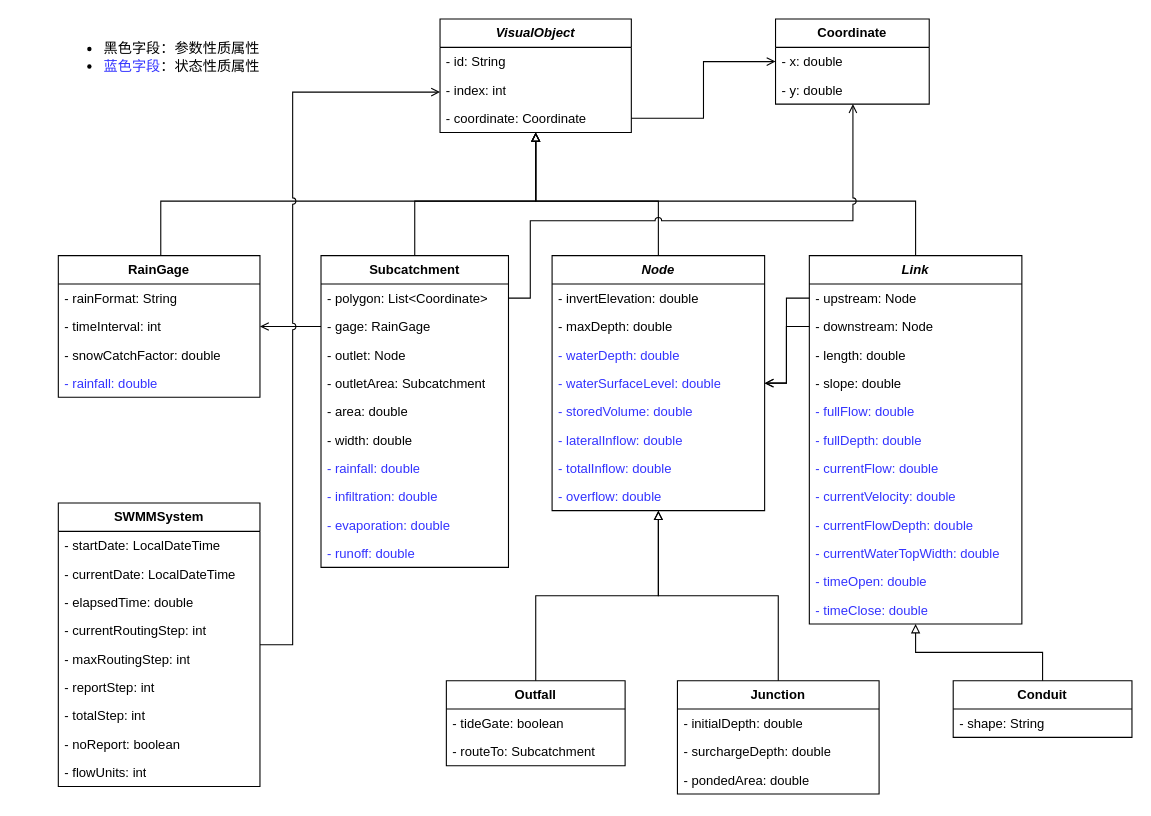
The draw.io diagram page "SWMM模型" (2 of 6) of docs/diagram/模型图.dio in hubu-mdzhang/swmm-sensorthings, before the edit. Source tidied: cells renumbered, new cells numbered last; positions are measured from the earlier drawing's top-left corner, leaving out a move shared by most shapes. Both pictures are drawn from the tidied source at 109%, with x=0, y=0 at pixel (58, 19).
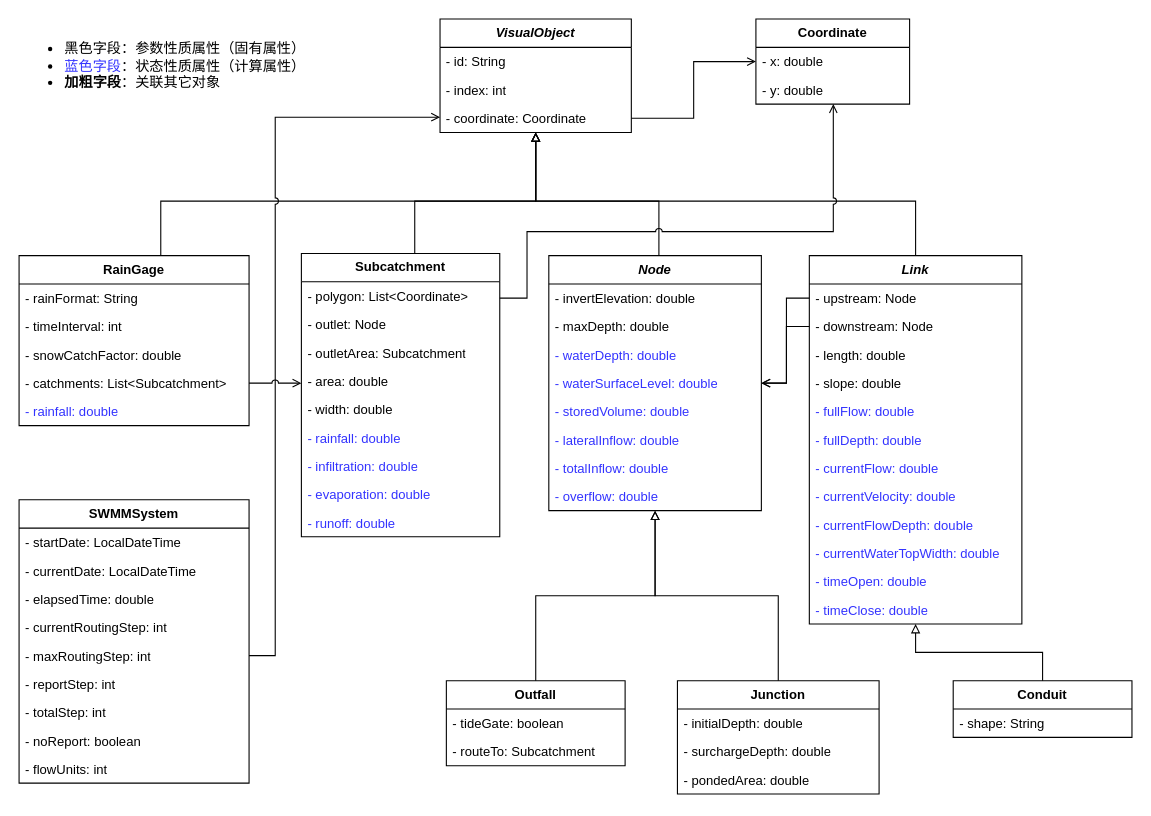
The same diagram, later.

Unchanged cells that the change refers to:
```xml
<mxCell id="8" value="&lt;i&gt;VisualObject&lt;/i&gt;" style="swimlane;fontStyle=1;horizontal=1;startSize=26;fillColor=none;whiteSpace=wrap;html=1;" parent="1" vertex="1">
  <mxGeometry x="350.2" width="175.5" height="104" as="geometry" />
</mxCell>
```

The edit, as a diff of the source:
```diff
@@
     <mxCell id="3" value="RainGage" style="swimlane;fontStyle=1;horizontal=1;startSize=26;fillColor=none;whiteSpace=wrap;html=1;" parent="1" vertex="1">
-      <mxGeometry y="217" width="185" height="130" as="geometry" />
+      <mxGeometry x="-36" y="217" width="211" height="156" as="geometry" />
     </mxCell>
     <mxCell id="4" value="- rainFormat: String" style="text;align=left;verticalAlign=top;spacingLeft=4;spacingRight=4;overflow=hidden;whiteSpace=wrap;html=1;strokeColor=none;" parent="3" vertex="1">
-      <mxGeometry y="26" width="185" height="26" as="geometry" />
+      <mxGeometry y="26" width="211" height="26" as="geometry" />
     </mxCell>
     <mxCell id="5" value="- timeInterval: int" style="text;align=left;verticalAlign=top;spacingLeft=4;spacingRight=4;overflow=hidden;whiteSpace=wrap;html=1;strokeColor=none;" parent="3" vertex="1">
-      <mxGeometry y="52" width="185" height="26" as="geometry" />
+      <mxGeometry y="52" width="211" height="26" as="geometry" />
     </mxCell>
     <mxCell id="6" value="- snowCatchFactor: double" style="text;align=left;verticalAlign=top;spacingLeft=4;spacingRight=4;overflow=hidden;whiteSpace=wrap;html=1;strokeColor=none;" parent="3" vertex="1">
-      <mxGeometry y="78" width="185" height="26" as="geometry" />
+      <mxGeometry y="78" width="211" height="26" as="geometry" />
     </mxCell>
+    <mxCell id="80" value="- catchments: List&amp;lt;Subcatchment&amp;gt;" style="text;align=left;verticalAlign=top;spacingLeft=4;spacingRight=4;overflow=hidden;points=[[0,0.5],[1,0.5]];portConstraint=eastwest;whiteSpace=wrap;html=1;strokeColor=none;" parent="3" vertex="1">
+      <mxGeometry y="104" width="211" height="26" as="geometry" />
+    </mxCell>
     <mxCell id="7" value="&lt;font&gt;- rainfall:&amp;nbsp;&lt;/font&gt;double" style="text;align=left;verticalAlign=top;spacingLeft=4;spacingRight=4;overflow=hidden;whiteSpace=wrap;html=1;strokeColor=none;fontColor=#3333FF;" parent="3" vertex="1">
-      <mxGeometry y="104" width="185" height="26" as="geometry" />
+      <mxGeometry y="130" width="211" height="26" as="geometry" />
     </mxCell>
@@
     <mxCell id="13" value="Subcatchment" style="swimlane;fontStyle=1;horizontal=1;startSize=26;fillColor=none;whiteSpace=wrap;html=1;" parent="1" vertex="1">
-      <mxGeometry x="241" y="217" width="172" height="286" as="geometry" />
+      <mxGeometry x="223" y="215" width="182" height="260" as="geometry" />
     </mxCell>
     <mxCell id="14" value="- polygon: List&amp;lt;Coordinate&amp;gt;" style="text;align=left;verticalAlign=top;spacingLeft=4;spacingRight=4;overflow=hidden;points=[[0,0.5],[1,0.5]];portConstraint=eastwest;whiteSpace=wrap;html=1;strokeColor=none;" parent="13" vertex="1">
-      <mxGeometry y="26" width="172" height="26" as="geometry" />
+      <mxGeometry y="26" width="182" height="26" as="geometry" />
     </mxCell>
-    <mxCell id="15" value="- gage: RainGage" style="text;align=left;verticalAlign=top;spacingLeft=4;spacingRight=4;overflow=hidden;points=[[0,0.5],[1,0.5]];portConstraint=eastwest;whiteSpace=wrap;html=1;strokeColor=none;" parent="13" vertex="1">
-      <mxGeometry y="52" width="172" height="26" as="geometry" />
-    </mxCell>
     <mxCell id="16" value="&lt;font&gt;- outlet: Node&lt;/font&gt;" style="text;align=left;verticalAlign=top;spacingLeft=4;spacingRight=4;overflow=hidden;whiteSpace=wrap;html=1;strokeColor=none;fontColor=#000000;" parent="13" vertex="1">
-      <mxGeometry y="78" width="172" height="26" as="geometry" />
+      <mxGeometry y="52" width="182" height="26" as="geometry" />
     </mxCell>
     <mxCell id="17" value="&lt;font&gt;- outletArea: Subcatchment&lt;/font&gt;" style="text;align=left;verticalAlign=top;spacingLeft=4;spacingRight=4;overflow=hidden;whiteSpace=wrap;html=1;strokeColor=none;fontColor=#000000;" parent="13" vertex="1">
-      <mxGeometry y="104" width="172" height="26" as="geometry" />
+      <mxGeometry y="78" width="182" height="26" as="geometry" />
     </mxCell>
     <mxCell id="18" value="- area: double" style="text;align=left;verticalAlign=top;spacingLeft=4;spacingRight=4;overflow=hidden;whiteSpace=wrap;html=1;strokeColor=none;" parent="13" vertex="1">
-      <mxGeometry y="130" width="172" height="26" as="geometry" />
+      <mxGeometry y="104" width="182" height="26" as="geometry" />
     </mxCell>
     <mxCell id="19" value="- width: double" style="text;align=left;verticalAlign=top;spacingLeft=4;spacingRight=4;overflow=hidden;whiteSpace=wrap;html=1;strokeColor=none;" parent="13" vertex="1">
-      <mxGeometry y="156" width="172" height="26" as="geometry" />
+      <mxGeometry y="130" width="182" height="26" as="geometry" />
     </mxCell>
     <mxCell id="20" value="&lt;font&gt;- rainfall:&amp;nbsp;&lt;/font&gt;double" style="text;align=left;verticalAlign=top;spacingLeft=4;spacingRight=4;overflow=hidden;whiteSpace=wrap;html=1;strokeColor=none;fontColor=#3333FF;" parent="13" vertex="1">
-      <mxGeometry y="182" width="172" height="26" as="geometry" />
+      <mxGeometry y="156" width="182" height="26" as="geometry" />
     </mxCell>
     <mxCell id="21" value="&lt;font&gt;- infiltration:&amp;nbsp;&lt;/font&gt;double" style="text;align=left;verticalAlign=top;spacingLeft=4;spacingRight=4;overflow=hidden;whiteSpace=wrap;html=1;strokeColor=none;fontColor=#3333FF;" parent="13" vertex="1">
-      <mxGeometry y="208" width="172" height="26" as="geometry" />
+      <mxGeometry y="182" width="182" height="26" as="geometry" />
     </mxCell>
     <mxCell id="22" value="&lt;font&gt;-&amp;nbsp;evaporation:&amp;nbsp;&lt;/font&gt;double" style="text;align=left;verticalAlign=top;spacingLeft=4;spacingRight=4;overflow=hidden;whiteSpace=wrap;html=1;strokeColor=none;fontColor=#3333FF;" parent="13" vertex="1">
-      <mxGeometry y="234" width="172" height="26" as="geometry" />
+      <mxGeometry y="208" width="182" height="26" as="geometry" />
     </mxCell>
     <mxCell id="23" value="&lt;font&gt;-&amp;nbsp;runoff:&amp;nbsp;&lt;/font&gt;double" style="text;align=left;verticalAlign=top;spacingLeft=4;spacingRight=4;overflow=hidden;whiteSpace=wrap;html=1;strokeColor=none;fontColor=#3333FF;" parent="13" vertex="1">
-      <mxGeometry y="260" width="172" height="26" as="geometry" />
+      <mxGeometry y="234" width="182" height="26" as="geometry" />
     </mxCell>
-    <mxCell id="24" style="edgeStyle=orthogonalEdgeStyle;shape=connector;rounded=0;jettySize=auto;html=1;strokeColor=default;align=center;verticalAlign=middle;fontFamily=Helvetica;fontSize=11;fontColor=default;labelBackgroundColor=default;endArrow=open;endFill=0;" parent="1" edge="1" source="15" target="3">
-      <mxGeometry relative="1" as="geometry">
-        <Array as="points">
-          <mxPoint x="269" y="274" />
-          <mxPoint x="269" y="274" />
-        </Array>
-      </mxGeometry>
-    </mxCell>
@@
     <mxCell id="26" value="&lt;i&gt;Node&lt;/i&gt;" style="swimlane;fontStyle=1;horizontal=1;startSize=26;fillColor=none;whiteSpace=wrap;html=1;" parent="1" vertex="1">
-      <mxGeometry x="453" y="217" width="195" height="234" as="geometry" />
+      <mxGeometry x="450" y="217" width="195" height="234" as="geometry" />
     </mxCell>
@@
     <mxCell id="51" style="edgeStyle=orthogonalEdgeStyle;rounded=0;jettySize=auto;html=1;endArrow=open;endFill=0;jumpStyle=arc;" parent="1" edge="1" source="52" target="8">
       <mxGeometry relative="1" as="geometry">
         <Array as="points">
-          <mxPoint x="215" y="574" />
-          <mxPoint x="215" y="67" />
+          <mxPoint x="199" y="584" />
+          <mxPoint x="199" y="90" />
         </Array>
       </mxGeometry>
     </mxCell>
     <mxCell id="52" value="SWMMSystem" style="swimlane;fontStyle=1;horizontal=1;startSize=26;fillColor=none;whiteSpace=wrap;html=1;" parent="1" vertex="1">
-      <mxGeometry y="444" width="185" height="260" as="geometry" />
+      <mxGeometry x="-36" y="441" width="211" height="260" as="geometry" />
     </mxCell>
     <mxCell id="53" value="- startDate: LocalDateTime" style="text;align=left;verticalAlign=top;spacingLeft=4;spacingRight=4;overflow=hidden;whiteSpace=wrap;html=1;strokeColor=none;" parent="52" vertex="1">
-      <mxGeometry y="26" width="185" height="26" as="geometry" />
+      <mxGeometry y="26" width="211" height="26" as="geometry" />
     </mxCell>
     <mxCell id="54" value="- currentDate: LocalDateTime" style="text;align=left;verticalAlign=top;spacingLeft=4;spacingRight=4;overflow=hidden;whiteSpace=wrap;html=1;strokeColor=none;" parent="52" vertex="1">
-      <mxGeometry y="52" width="185" height="26" as="geometry" />
+      <mxGeometry y="52" width="211" height="26" as="geometry" />
     </mxCell>
     <mxCell id="55" value="- elapsedTime: double" style="text;align=left;verticalAlign=top;spacingLeft=4;spacingRight=4;overflow=hidden;whiteSpace=wrap;html=1;strokeColor=none;" parent="52" vertex="1">
-      <mxGeometry y="78" width="185" height="26" as="geometry" />
+      <mxGeometry y="78" width="211" height="26" as="geometry" />
     </mxCell>
     <mxCell id="56" value="- currentRoutingStep: int" style="text;align=left;verticalAlign=top;spacingLeft=4;spacingRight=4;overflow=hidden;whiteSpace=wrap;html=1;strokeColor=none;" parent="52" vertex="1">
-      <mxGeometry y="104" width="185" height="26" as="geometry" />
+      <mxGeometry y="104" width="211" height="26" as="geometry" />
     </mxCell>
     <mxCell id="57" value="- maxRoutingStep: int" style="text;align=left;verticalAlign=top;spacingLeft=4;spacingRight=4;overflow=hidden;whiteSpace=wrap;html=1;strokeColor=none;" parent="52" vertex="1">
-      <mxGeometry y="130" width="185" height="26" as="geometry" />
+      <mxGeometry y="130" width="211" height="26" as="geometry" />
     </mxCell>
     <mxCell id="58" value="- reportStep: int" style="text;align=left;verticalAlign=top;spacingLeft=4;spacingRight=4;overflow=hidden;whiteSpace=wrap;html=1;strokeColor=none;" parent="52" vertex="1">
-      <mxGeometry y="156" width="185" height="26" as="geometry" />
+      <mxGeometry y="156" width="211" height="26" as="geometry" />
     </mxCell>
     <mxCell id="59" value="- totalStep: int" style="text;align=left;verticalAlign=top;spacingLeft=4;spacingRight=4;overflow=hidden;whiteSpace=wrap;html=1;strokeColor=none;" parent="52" vertex="1">
-      <mxGeometry y="182" width="185" height="26" as="geometry" />
+      <mxGeometry y="182" width="211" height="26" as="geometry" />
     </mxCell>
     <mxCell id="60" value="- noReport: boolean" style="text;align=left;verticalAlign=top;spacingLeft=4;spacingRight=4;overflow=hidden;whiteSpace=wrap;html=1;strokeColor=none;" parent="52" vertex="1">
-      <mxGeometry y="208" width="185" height="26" as="geometry" />
+      <mxGeometry y="208" width="211" height="26" as="geometry" />
     </mxCell>
     <mxCell id="61" value="- flowUnits: int" style="text;align=left;verticalAlign=top;spacingLeft=4;spacingRight=4;overflow=hidden;whiteSpace=wrap;html=1;strokeColor=none;" parent="52" vertex="1">
-      <mxGeometry y="234" width="185" height="26" as="geometry" />
+      <mxGeometry y="234" width="211" height="26" as="geometry" />
     </mxCell>
@@
-    <mxCell id="74" value="&lt;ul&gt;&lt;li&gt;黑色字段：参数性质属性&lt;/li&gt;&lt;li&gt;&lt;font color=&quot;#3333ff&quot;&gt;蓝色字段&lt;/font&gt;：状态性质属性&lt;/li&gt;&lt;/ul&gt;" style="text;html=1;align=left;verticalAlign=middle;strokeColor=none;fillColor=none;fontFamily=Helvetica;fontSize=13;fontColor=default;labelBackgroundColor=default;" parent="1" vertex="1">
-      <mxGeometry width="201" height="69" as="geometry" />
+    <mxCell id="74" value="&lt;ul&gt;&lt;li&gt;黑色字段：参数性质属性（固有属性）&lt;/li&gt;&lt;li&gt;&lt;font color=&quot;#3333ff&quot;&gt;蓝色字段&lt;/font&gt;：状态性质属性（计算属性）&lt;/li&gt;&lt;li&gt;&lt;b&gt;加粗字段&lt;/b&gt;：关联其它对象&lt;/li&gt;&lt;/ul&gt;" style="text;html=1;align=left;verticalAlign=middle;strokeColor=none;fillColor=none;fontFamily=Helvetica;fontSize=13;fontColor=default;labelBackgroundColor=default;" parent="1" vertex="1">
+      <mxGeometry x="-36" width="279" height="85" as="geometry" />
     </mxCell>
     <mxCell id="75" value="Coordinate" style="swimlane;fontStyle=1;horizontal=1;startSize=26;fillColor=none;whiteSpace=wrap;html=1;" parent="1" vertex="1">
-      <mxGeometry x="658" width="141" height="78" as="geometry" />
+      <mxGeometry x="640" width="141" height="78" as="geometry" />
     </mxCell>
@@
     <mxCell id="79" style="edgeStyle=orthogonalEdgeStyle;rounded=0;jettySize=auto;html=1;endArrow=open;endFill=0;jumpStyle=arc;" parent="1" edge="1" source="14" target="75">
       <mxGeometry relative="1" as="geometry">
         <Array as="points">
-          <mxPoint x="433" y="256" />
-          <mxPoint x="433" y="185" />
-          <mxPoint x="729" y="185" />
+          <mxPoint x="430" y="256" />
+          <mxPoint x="430" y="195" />
+          <mxPoint x="711" y="195" />
         </Array>
       </mxGeometry>
     </mxCell>
+    <mxCell id="81" style="edgeStyle=orthogonalEdgeStyle;rounded=0;jettySize=auto;html=1;endArrow=open;endFill=0;jumpStyle=arc;" parent="1" edge="1" source="80" target="13">
+      <mxGeometry relative="1" as="geometry">
+        <Array as="points">
+          <mxPoint x="212" y="334" />
+          <mxPoint x="212" y="334" />
+        </Array>
+      </mxGeometry>
+    </mxCell>
```
